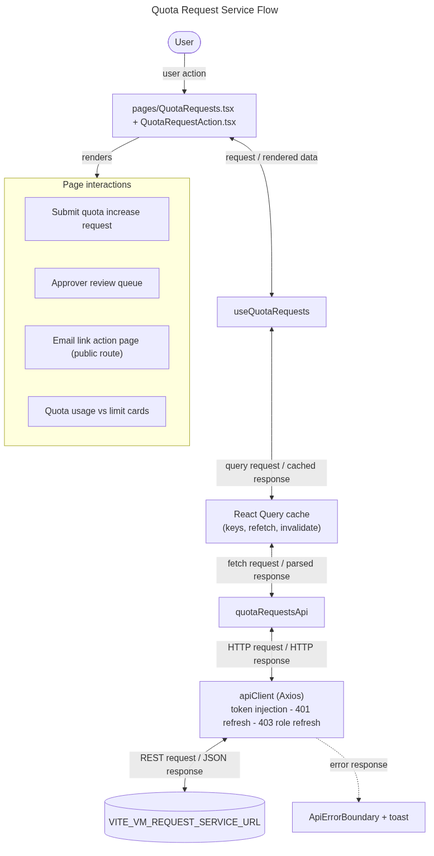
This is docs/flowcharts/png/quota.png from sayeeduddinofficial/user-table-view, a Mermaid export, as it was before one commit. Its source is kept beside it as docs/flowcharts/quota.mmd.
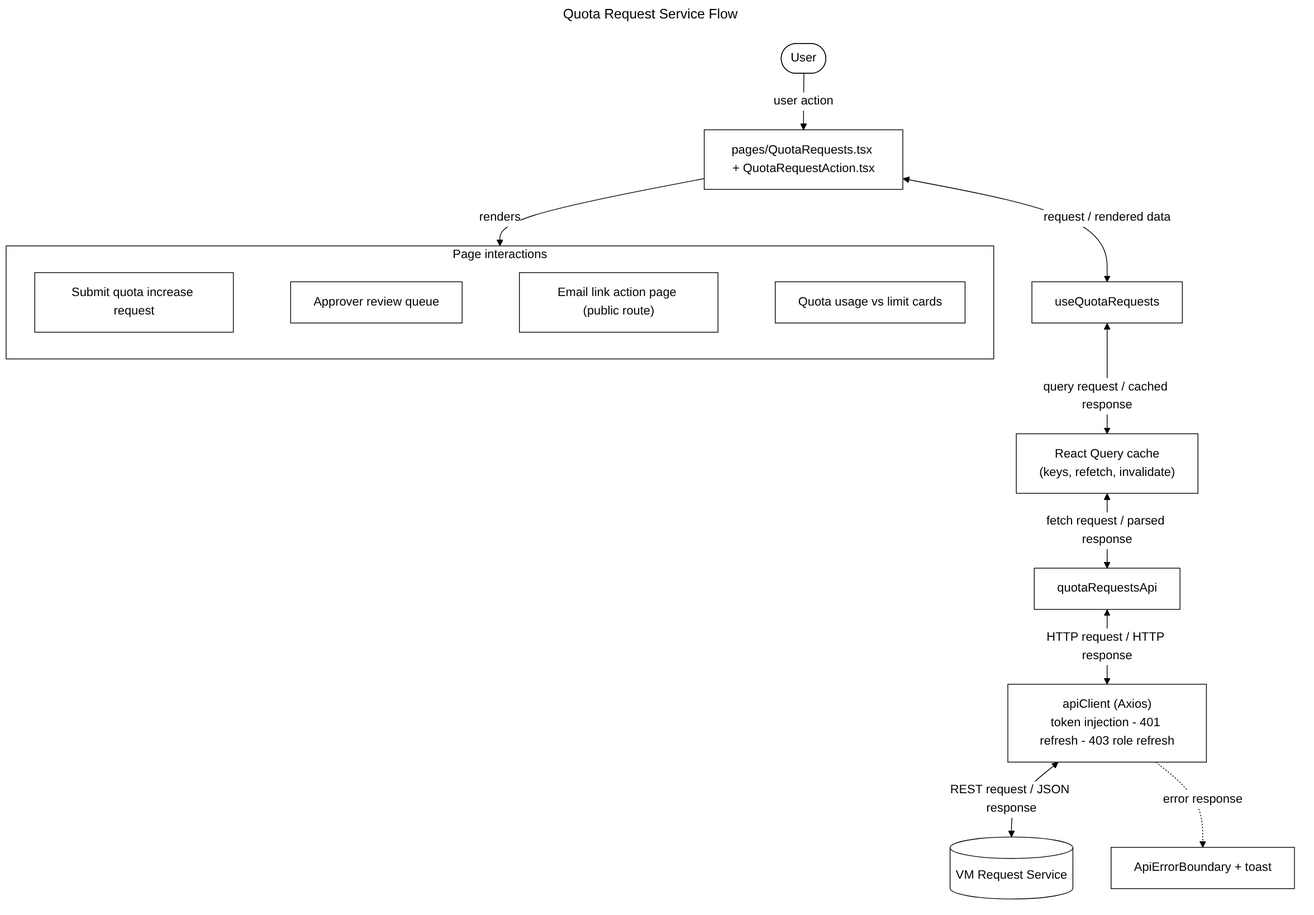
After the change.

Diff of the diagram source:
```diff
@@ -7,12 +7,14 @@
   H <-->|"query request / cached response"| Q["React Query cache<br/>(keys, refetch, invalidate)"]
   Q <-->|"fetch request / parsed response"| A["quotaRequestsApi"]
   A <-->|"HTTP request / HTTP response"| C["apiClient (Axios)<br/>token injection - 401 refresh - 403 role refresh"]
-  C <-->|"REST request / JSON response"| S[("VITE_VM_REQUEST_SERVICE_URL")]
+  C <-->|"REST request / JSON response"| S[("VM Request Service")]
   P -->|"renders"| UI
   subgraph UI[Page interactions]
+    direction LR
     S0["Submit quota increase request"]
     S1["Approver review queue"]
     S2["Email link action page (public route)"]
     S3["Quota usage vs limit cards"]
+    S0 ~~~ S1 ~~~ S2 ~~~ S3
   end
   C -. "error response" .-> E["ApiErrorBoundary + toast"]
```
